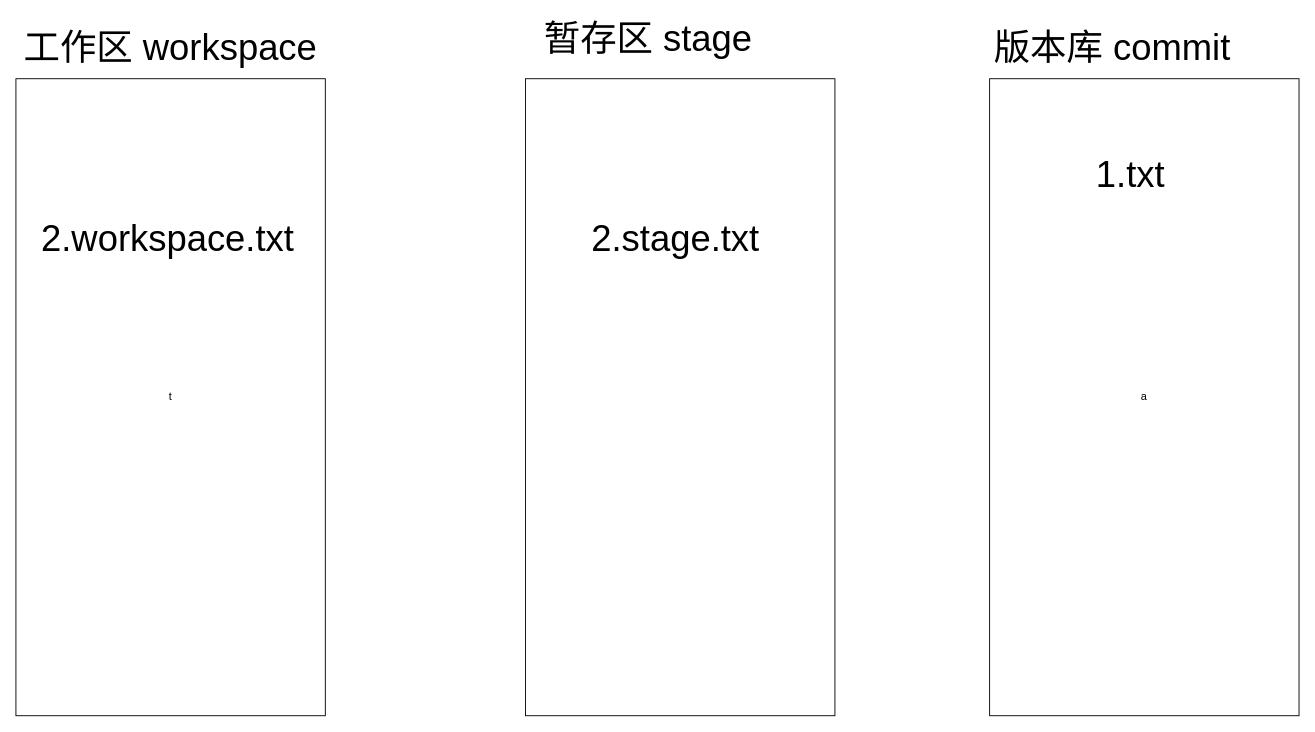
This is git-restore.drawio from NEOTSO/fe-diagram, a draw.io file, before an edit. Source tidied: cells renumbered, new cells numbered last; positions are measured from the earlier drawing's top-left corner, leaving out a move shared by most shapes. Both pictures are drawn from the tidied source at 91%, with x=0, y=0 at pixel (15, 24).
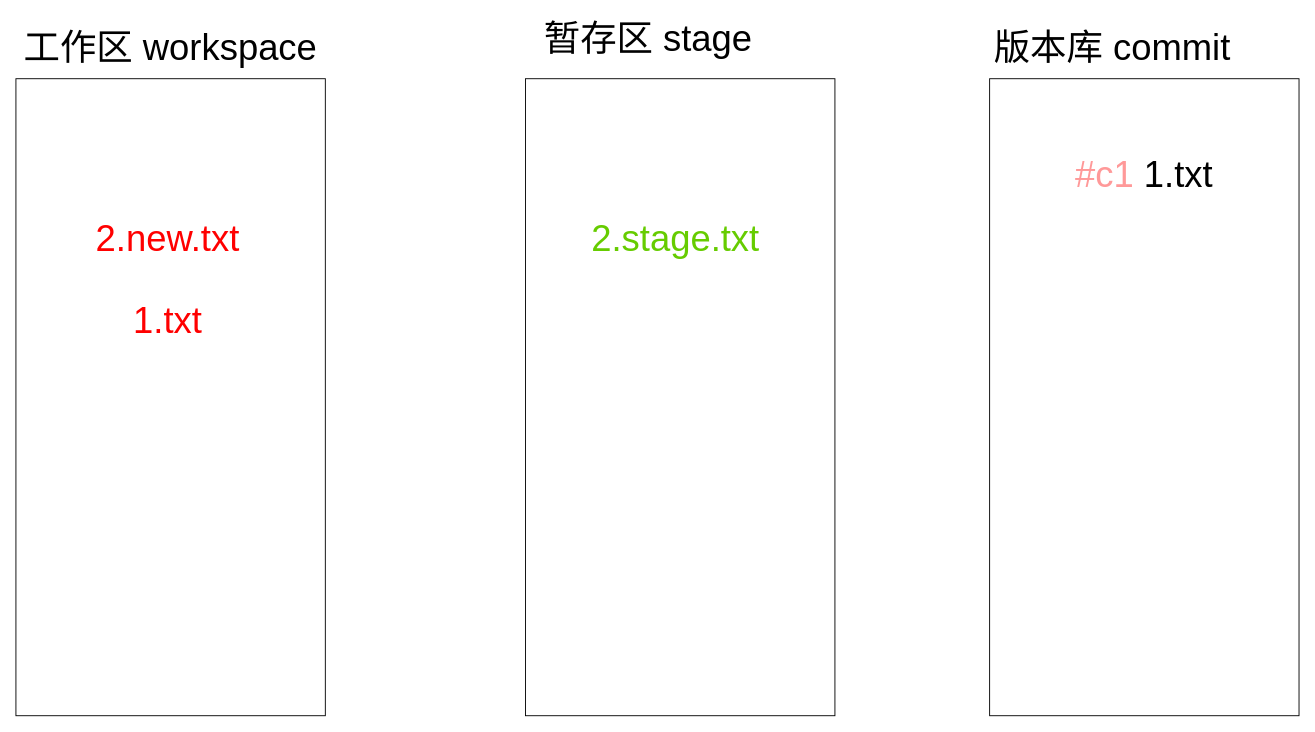
The same diagram, later.

Diff of the diagram source:
```diff
@@
 <mxGraphModel>
   <root>
     <mxCell id="0" />
     <mxCell id="1" parent="0" />
-    <mxCell id="2" value="t" style="rounded=0;whiteSpace=wrap;html=1;" parent="1" vertex="1">
+    <mxCell id="2" style="rounded=0;whiteSpace=wrap;html=1;" parent="1" vertex="1">
       <mxGeometry y="60" width="340" height="700" as="geometry" />
     </mxCell>
-    <mxCell id="3" value="a" style="rounded=0;whiteSpace=wrap;html=1;" parent="1" vertex="1">
+    <mxCell id="3" style="rounded=0;whiteSpace=wrap;html=1;" parent="1" vertex="1">
       <mxGeometry x="1070" y="60" width="340" height="700" as="geometry" />
     </mxCell>
     <mxCell id="4" style="rounded=0;whiteSpace=wrap;html=1;" parent="1" vertex="1">
       <mxGeometry x="560" y="60" width="340" height="700" as="geometry" />
     </mxCell>
     <mxCell id="5" value="&lt;font style=&quot;font-size: 40px;&quot;&gt;工作区 workspace&lt;/font&gt;" style="text;strokeColor=none;align=center;fillColor=none;html=1;verticalAlign=middle;whiteSpace=wrap;rounded=0;" parent="1" vertex="1">
       <mxGeometry y="10" width="340" height="30" as="geometry" />
     </mxCell>
     <mxCell id="6" value="&lt;span style=&quot;font-size: 40px;&quot;&gt;暂存区 stage&lt;/span&gt;" style="text;strokeColor=none;align=center;fillColor=none;html=1;verticalAlign=middle;whiteSpace=wrap;rounded=0;" parent="1" vertex="1">
       <mxGeometry x="560" width="270" height="30" as="geometry" />
     </mxCell>
     <mxCell id="7" value="&lt;span style=&quot;font-size: 40px;&quot;&gt;版本库 commit&lt;/span&gt;" style="text;strokeColor=none;align=center;fillColor=none;html=1;verticalAlign=middle;whiteSpace=wrap;rounded=0;" parent="1" vertex="1">
       <mxGeometry x="1070" y="10" width="270" height="30" as="geometry" />
     </mxCell>
-    <mxCell id="8" value="&lt;font style=&quot;&quot;&gt;&lt;font style=&quot;font-size: 40px;&quot;&gt;1.txt&lt;/font&gt;&lt;br&gt;&lt;/font&gt;" style="text;strokeColor=none;align=center;fillColor=none;html=1;verticalAlign=middle;whiteSpace=wrap;rounded=0;" parent="1" vertex="1">
-      <mxGeometry x="1130" y="150" width="190" height="30" as="geometry" />
+    <mxCell id="8" value="&lt;font style=&quot;&quot;&gt;&lt;font style=&quot;font-size: 40px;&quot;&gt;&lt;font color=&quot;#ff9999&quot;&gt;#c1&lt;/font&gt; 1.txt&lt;/font&gt;&lt;br&gt;&lt;/font&gt;" style="text;strokeColor=none;align=center;fillColor=none;html=1;verticalAlign=middle;whiteSpace=wrap;rounded=0;" parent="1" vertex="1">
+      <mxGeometry x="1145" y="150" width="190" height="30" as="geometry" />
     </mxCell>
-    <mxCell id="9" value="&lt;font style=&quot;font-size: 40px;&quot;&gt;2.stage.txt&lt;/font&gt;" style="text;strokeColor=none;align=center;fillColor=none;html=1;verticalAlign=middle;whiteSpace=wrap;rounded=0;" parent="1" vertex="1">
+    <mxCell id="9" value="&lt;font color=&quot;#66cc00&quot; style=&quot;font-size: 40px;&quot;&gt;2.stage.txt&lt;/font&gt;" style="text;strokeColor=none;align=center;fillColor=none;html=1;verticalAlign=middle;whiteSpace=wrap;rounded=0;" parent="1" vertex="1">
       <mxGeometry x="600" y="220" width="250" height="30" as="geometry" />
     </mxCell>
-    <mxCell id="10" value="&lt;font style=&quot;font-size: 40px;&quot;&gt;2.workspace.txt&lt;/font&gt;" style="text;strokeColor=none;align=center;fillColor=none;html=1;verticalAlign=middle;whiteSpace=wrap;rounded=0;" parent="1" vertex="1">
+    <mxCell id="10" value="&lt;font color=&quot;#ff0000&quot; style=&quot;font-size: 40px;&quot;&gt;2.new.txt&lt;/font&gt;" style="text;strokeColor=none;align=center;fillColor=none;html=1;verticalAlign=middle;whiteSpace=wrap;rounded=0;" parent="1" vertex="1">
       <mxGeometry x="42" y="220" width="250" height="30" as="geometry" />
     </mxCell>
+    <mxCell id="11" value="&lt;font color=&quot;#ff0000&quot; style=&quot;font-size: 40px;&quot;&gt;1.txt&lt;/font&gt;" style="text;strokeColor=none;align=center;fillColor=none;html=1;verticalAlign=middle;whiteSpace=wrap;rounded=0;" parent="1" vertex="1">
+      <mxGeometry x="42" y="310" width="250" height="30" as="geometry" />
+    </mxCell>
   </root>
 </mxGraphModel>
```
